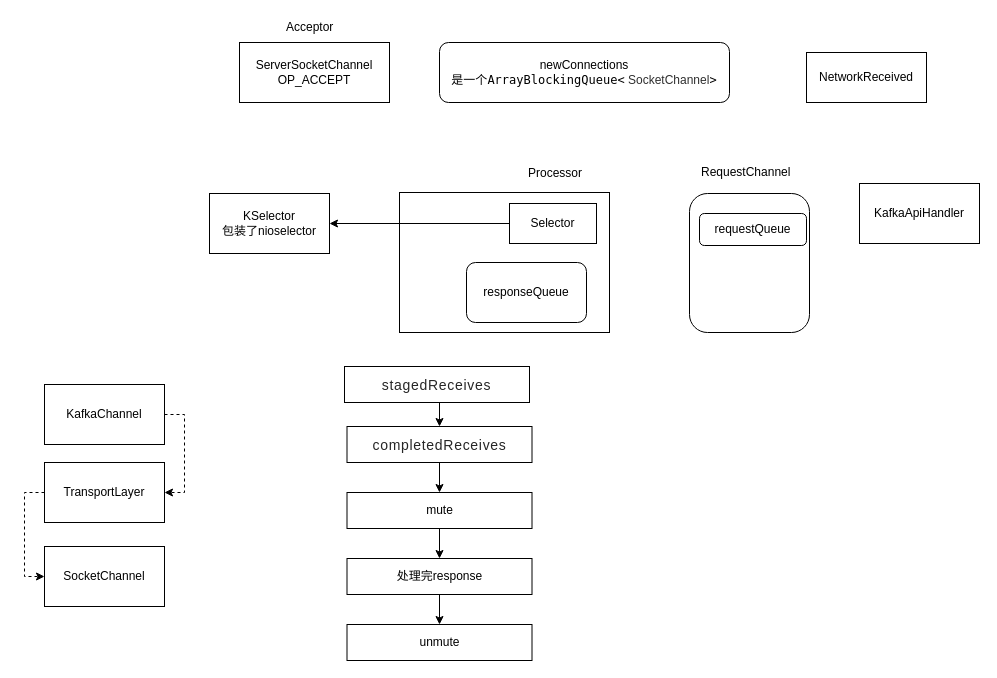
This is kafka.drawio from jintianfan/draw-arc, a draw.io file, before an edit. Source tidied: cells renumbered, new cells numbered last; positions are measured from the earlier drawing's top-left corner, leaving out a move shared by most shapes. Both pictures are drawn from the tidied source at 100%, with x=0, y=0 at pixel (44, 17).
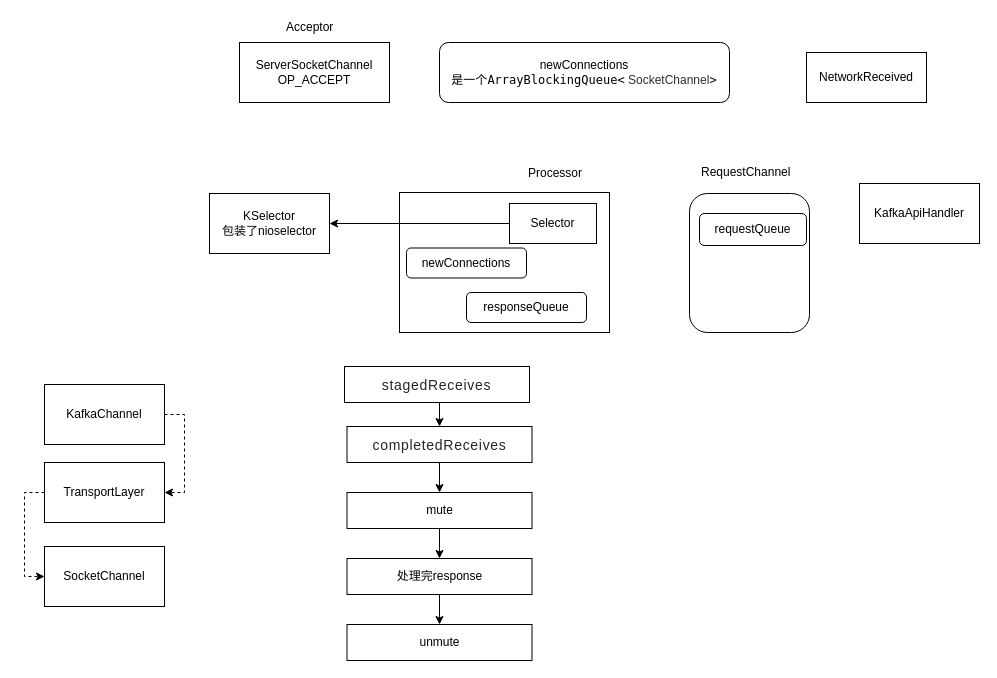
Above is the later version.

What changed in the source:
```diff
@@
     <mxCell id="27" value="responseQueue" style="rounded=1;whiteSpace=wrap;html=1;" parent="1" vertex="1">
-      <mxGeometry x="422" y="245" width="120" height="60" as="geometry" />
+      <mxGeometry x="422" y="275" width="120" height="30" as="geometry" />
     </mxCell>
@@
+    <mxCell id="31" value="newConnections" style="rounded=1;whiteSpace=wrap;html=1;" parent="1" vertex="1">
+      <mxGeometry x="362" y="230.5" width="120" height="30" as="geometry" />
+    </mxCell>
```
